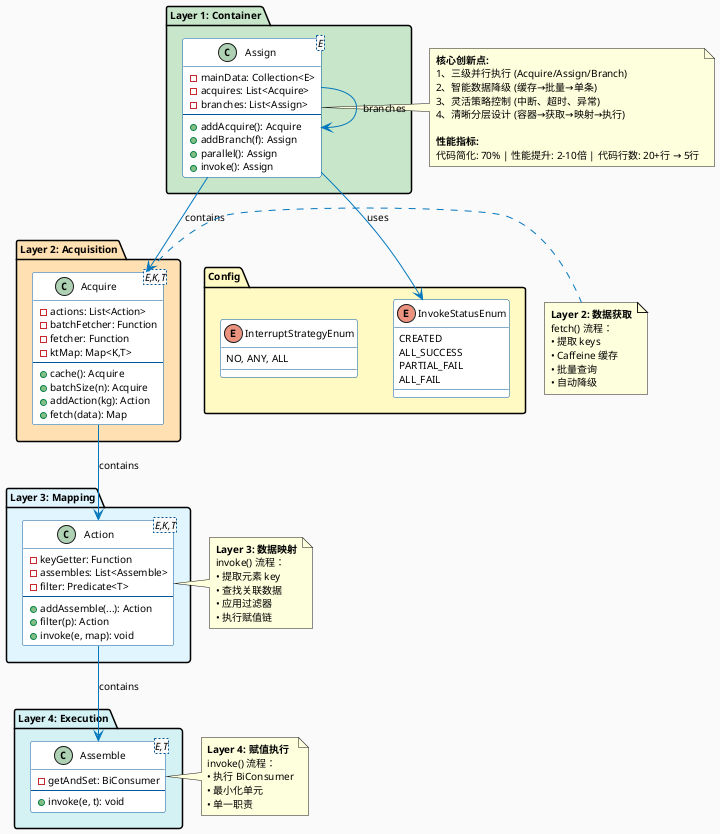
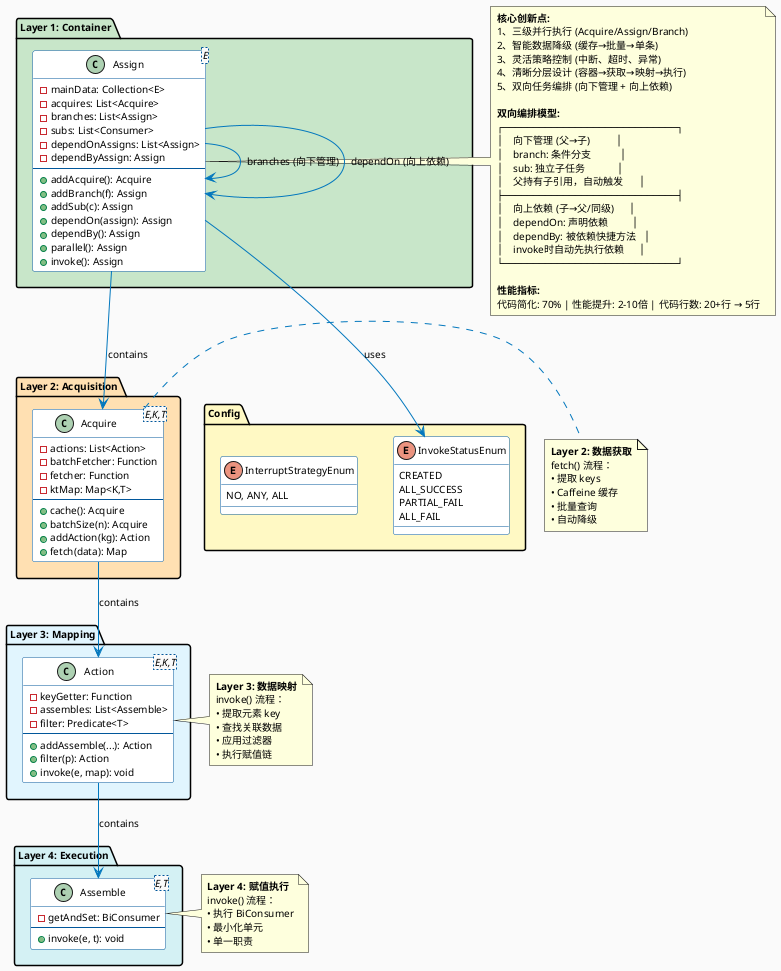
@startuml Assign_Utility_Hierarchy

!define SCALE 0.85
skinparam backgroundColor #FAFAFA
skinparam classBackgroundColor #FFFFFF
skinparam classArrowColor #0277BD
skinparam classBorderColor #01579B
skinparam scale SCALE
skinparam defaultFontSize 10

' ======================== 第1层：核心容器类 (左) ========================

package "Layer 1: Container" #C8E6C9 {
    class Assign<E> {
        - mainData: Collection<E>
        - acquires: List<Acquire>
        - branches: List<Assign>
+         - subs: List<Consumer>
+         - dependOnAssigns: List<Assign>
+         - dependByAssign: Assign
        --
        + addAcquire(): Acquire
        + addBranch(f): Assign
+         + addSub(c): Assign
+         + dependOn(assign): Assign
+         + dependBy(): Assign
        + parallel(): Assign
        + invoke(): Assign
    }
}

' ======================== 第2层：数据获取层 (左中) ========================

package "Layer 2: Acquisition" #FFE0B2 {
    class Acquire<E,K,T> {
        - actions: List<Action>
        - batchFetcher: Function
        - fetcher: Function
        - ktMap: Map<K,T>
        --
        + cache(): Acquire
        + batchSize(n): Acquire
        + addAction(kg): Action
        + fetch(data): Map
    }
}

' ======================== 第3层：行动映射层 (右中) ========================

package "Layer 3: Mapping" #E1F5FE {
    class Action<E,K,T> {
        - keyGetter: Function
        - assembles: List<Assemble>
        - filter: Predicate<T>
        --
        + addAssemble(...): Action
        + filter(p): Action
        + invoke(e, map): void
    }
}

' ======================== 第4层：赋值执行 (右) ========================

package "Layer 4: Execution" #D4F1F4 {
    class Assemble<E,T> {
        - getAndSet: BiConsumer
        --
        + invoke(e, t): void
    }
}

' ======================== 配置枚举 (底) ========================

package "Config" #FFF9C4 {
    enum InvokeStatusEnum {
        CREATED
        ALL_SUCCESS
        PARTIAL_FAIL
        ALL_FAIL
    }

    enum InterruptStrategyEnum {
        NO, ANY, ALL
    }
}


' ======================== 依赖关系 ========================

Assign --> Acquire : contains
- Assign --> Assign : branches
+ Assign --> Assign : branches (向下管理)
+ Assign --> Assign : dependOn (向上依赖)
Assign --> InvokeStatusEnum : uses
Acquire --> Action : contains
Action --> Assemble : contains

' ======================== 说明注解 ========================
note right of Acquire
  <b>Layer 2: 数据获取</b>
  fetch() 流程：
  • 提取 keys
  • Caffeine 缓存
  • 批量查询
  • 自动降级
end note

note right of Action
  <b>Layer 3: 数据映射</b>
  invoke() 流程：
  • 提取元素 key
  • 查找关联数据
  • 应用过滤器
  • 执行赋值链
end note

note right of Assemble
  <b>Layer 4: 赋值执行</b>
  invoke() 流程：
  • 执行 BiConsumer
  • 最小化单元
  • 单一职责
end note

' ======================== 底部关键特性 ========================

note right of Assign
  <b>核心创新点:</b>
  1、三级并行执行 (Acquire/Assign/Branch)
  2、智能数据降级 (缓存→批量→单条)
  3、灵活策略控制 (中断、超时、异常)
  4、清晰分层设计 (容器→获取→映射→执行)
+   5、双向任务编排 (向下管理 + 向上依赖)
+ 
+   <b>双向编排模型:</b>
+   ┌─────────────────────────────┐
+   │    向下管理 (父→子)          │
+   │    branch: 条件分支           │
+   │    sub: 独立子任务            │
+   │    父持有子引用，自动触发      │
+   ├─────────────────────────────┤
+   │    向上依赖 (子→父/同级)      │
+   │    dependOn: 声明依赖         │
+   │    dependBy: 被依赖快捷方法   │
+   │    invoke时自动先执行依赖      │
+   └─────────────────────────────┘

  <b>性能指标:</b>
  代码简化: 70% | 性能提升: 2-10倍 | 代码行数: 20+行 → 5行
end note

@enduml
- 
